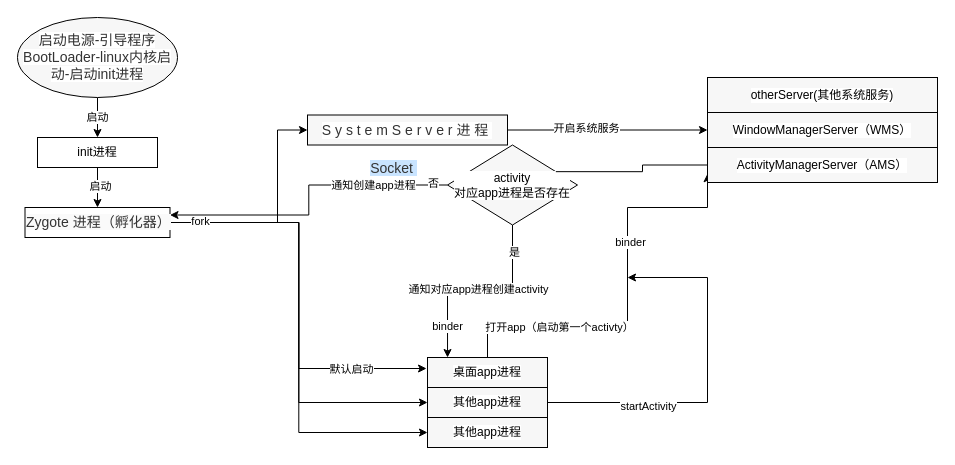
The draw.io diagram app/Untitled Diagram.drawio in jzj101010/commonFramework, before the edit. Source tidied: cells renumbered, new cells numbered last; positions are measured from the earlier drawing's top-left corner, leaving out a move shared by most shapes. Both pictures are drawn from the tidied source at 100%, with x=0, y=0 at pixel (17, 17).
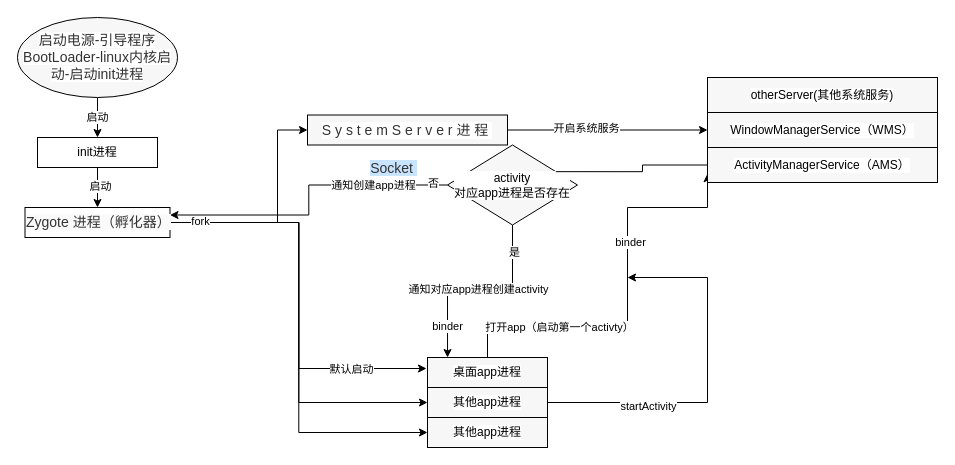
After the change.

The edit, as a diff of the source:
```diff
@@
-    <mxCell id="24" value="ActivityManagerServer（AMS）" style="whiteSpace=wrap;html=1;rounded=0;fillColor=#F7F7F7;labelBackgroundColor=#FFFFFF;" parent="1" vertex="1">
+    <mxCell id="24" value="ActivityManagerService（AMS）" style="whiteSpace=wrap;html=1;rounded=0;fillColor=#F7F7F7;labelBackgroundColor=#FFFFFF;" parent="1" vertex="1">
       <mxGeometry x="690" y="130" width="230" height="35" as="geometry" />
     </mxCell>
-    <mxCell id="25" value="WindowManagerServer（WMS）" style="whiteSpace=wrap;html=1;rounded=0;fillColor=#F7F7F7;labelBackgroundColor=#FFFFFF;" parent="1" vertex="1">
+    <mxCell id="25" value="WindowManagerService（WMS）" style="whiteSpace=wrap;html=1;rounded=0;fillColor=#F7F7F7;labelBackgroundColor=#FFFFFF;" parent="1" vertex="1">
       <mxGeometry x="690" y="95" width="230" height="35" as="geometry" />
     </mxCell>
```
